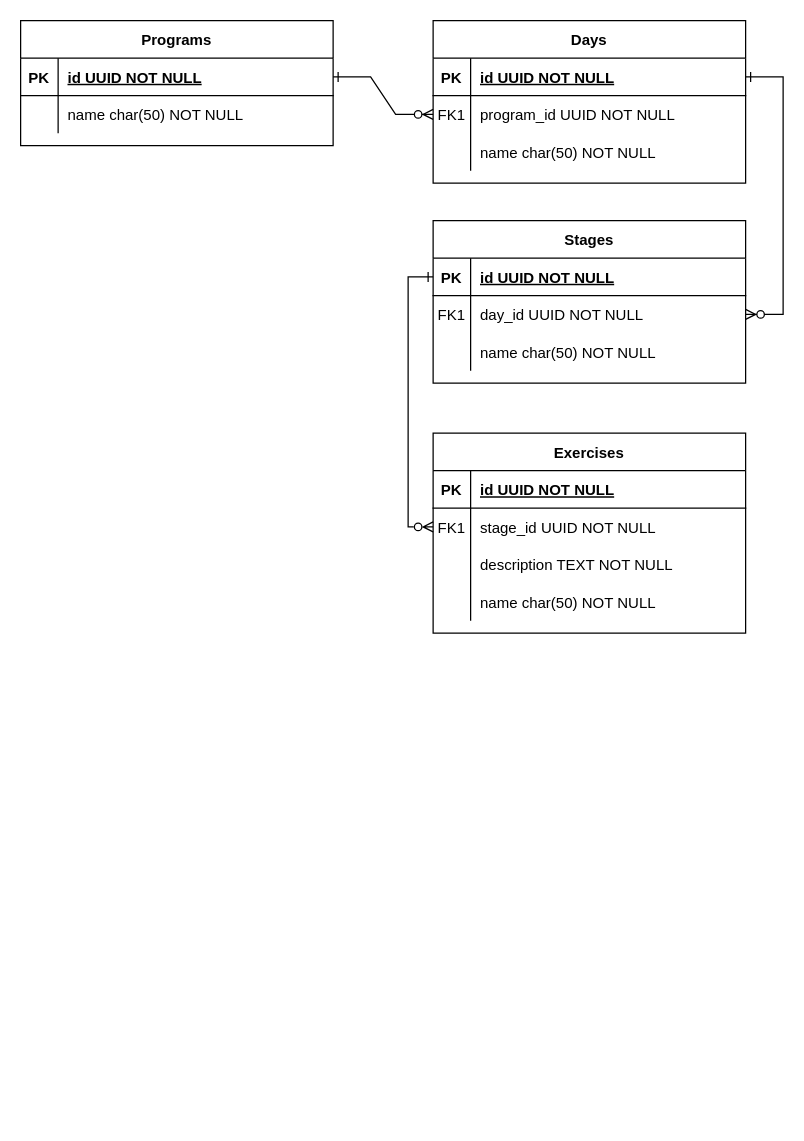
Before: workout-tracker.drawio in cjcoops/workout-tracker, a draw.io diagram. Source tidied: cells renumbered, new cells numbered last; positions are measured from the earlier drawing's top-left corner, leaving out a move shared by most shapes. Both pictures are drawn from the tidied source at 125%, with x=0, y=0 at pixel (20, 20).
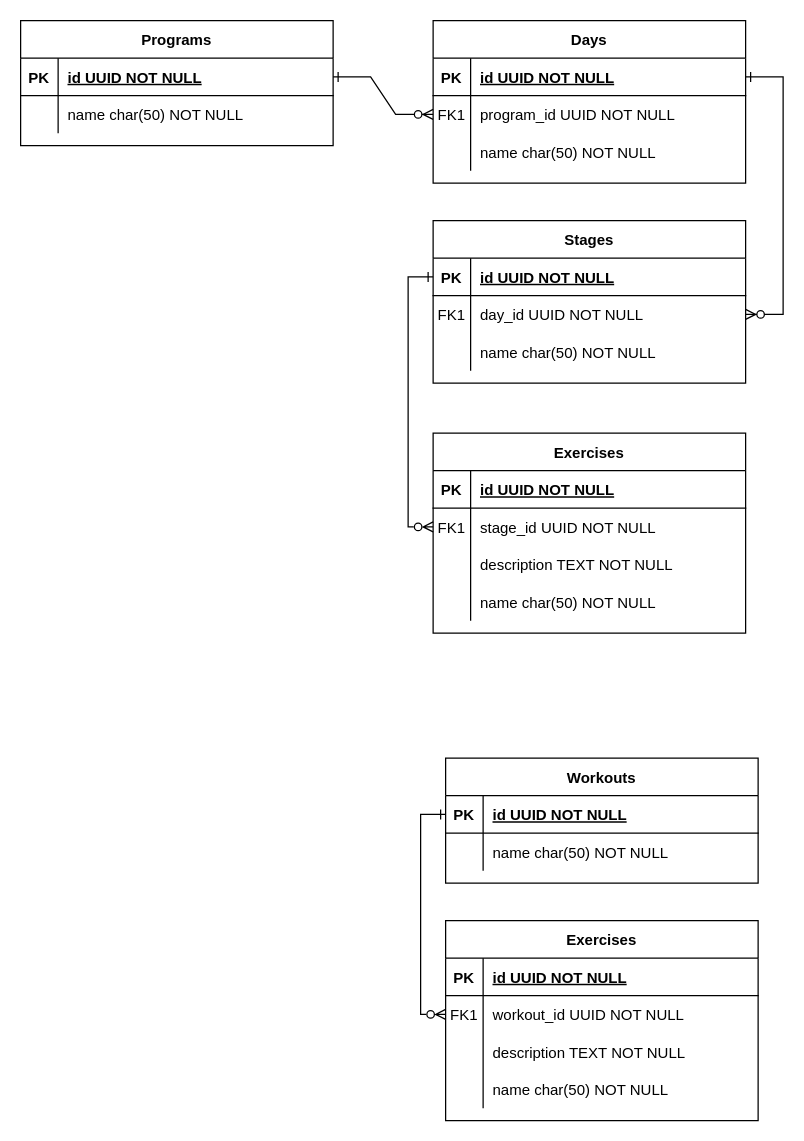
The same diagram, later.

What changed in the source:
```diff
@@
+    <mxCell id="45" value="Workouts" style="shape=table;startSize=30;childLayout=tableLayout;rowLines=0;fontStyle=1;align=center;rounded=0;" parent="1" vertex="1">
+      <mxGeometry x="340" y="590" width="250" height="100" as="geometry" />
+    </mxCell>
+    <mxCell id="46" style="shape=partialRectangle;fillColor=none;points=[[0,0.5],[1,0.5]];portConstraint=eastwest;top=0;left=0;right=0;bottom=1;rounded=0;" parent="45" vertex="1">
+      <mxGeometry y="30" width="250" height="30" as="geometry" />
+    </mxCell>
+    <mxCell id="47" value="PK" style="shape=partialRectangle;overflow=hidden;fillColor=none;top=0;left=0;bottom=0;right=0;fontStyle=1;rounded=0;" parent="46" vertex="1">
+      <mxGeometry width="30" height="30" as="geometry" />
+    </mxCell>
+    <mxCell id="48" value="id UUID NOT NULL " style="shape=partialRectangle;overflow=hidden;fillColor=none;top=0;left=0;bottom=0;right=0;align=left;spacingLeft=6;fontStyle=5;rounded=0;" parent="46" vertex="1">
+      <mxGeometry x="30" width="220" height="30" as="geometry" />
+    </mxCell>
+    <mxCell id="49" style="shape=partialRectangle;fillColor=none;top=0;left=0;right=0;bottom=0;rounded=0;" parent="45" vertex="1">
+      <mxGeometry y="60" width="250" height="30" as="geometry" />
+    </mxCell>
+    <mxCell id="50" style="shape=partialRectangle;overflow=hidden;fillColor=none;top=0;left=0;bottom=0;right=0;rounded=0;" parent="49" vertex="1">
+      <mxGeometry width="30" height="30" as="geometry" />
+    </mxCell>
+    <mxCell id="51" value="name char(50) NOT NULL" style="shape=partialRectangle;overflow=hidden;fillColor=none;top=0;left=0;bottom=0;right=0;align=left;spacingLeft=6;rounded=0;" parent="49" vertex="1">
+      <mxGeometry x="30" width="220" height="30" as="geometry" />
+    </mxCell>
+    <mxCell id="52" value="Exercises" style="shape=table;startSize=30;childLayout=tableLayout;rowLines=0;fontStyle=1;align=center;rounded=0;" parent="1" vertex="1">
+      <mxGeometry x="340" y="720" width="250" height="160" as="geometry" />
+    </mxCell>
+    <mxCell id="53" style="shape=partialRectangle;fillColor=none;top=0;left=0;right=0;bottom=1;rounded=0;" parent="52" vertex="1">
+      <mxGeometry y="30" width="250" height="30" as="geometry" />
+    </mxCell>
+    <mxCell id="54" value="PK" style="shape=partialRectangle;overflow=hidden;fillColor=none;top=0;left=0;bottom=0;right=0;fontStyle=1;rounded=0;" parent="53" vertex="1">
+      <mxGeometry width="30" height="30" as="geometry" />
+    </mxCell>
+    <mxCell id="55" value="id UUID NOT NULL " style="shape=partialRectangle;overflow=hidden;fillColor=none;top=0;left=0;bottom=0;right=0;align=left;spacingLeft=6;fontStyle=5;rounded=0;" parent="53" vertex="1">
+      <mxGeometry x="30" width="220" height="30" as="geometry" />
+    </mxCell>
+    <mxCell id="56" style="shape=partialRectangle;fillColor=none;points=[[0,0.5],[1,0.5]];portConstraint=eastwest;top=0;left=0;right=0;bottom=0;rounded=0;" parent="52" vertex="1">
+      <mxGeometry y="60" width="250" height="30" as="geometry" />
+    </mxCell>
+    <mxCell id="57" value="FK1" style="shape=partialRectangle;overflow=hidden;fillColor=none;top=0;left=0;bottom=0;right=0;rounded=0;" parent="56" vertex="1">
+      <mxGeometry width="30" height="30" as="geometry" />
+    </mxCell>
+    <mxCell id="58" value="workout_id UUID NOT NULL" style="shape=partialRectangle;overflow=hidden;fillColor=none;top=0;left=0;bottom=0;right=0;align=left;spacingLeft=6;rounded=0;" parent="56" vertex="1">
+      <mxGeometry x="30" width="220" height="30" as="geometry" />
+    </mxCell>
+    <mxCell id="59" style="shape=partialRectangle;fillColor=none;top=0;left=0;right=0;bottom=0;rounded=0;" parent="52" vertex="1">
+      <mxGeometry y="90" width="250" height="30" as="geometry" />
+    </mxCell>
+    <mxCell id="60" style="shape=partialRectangle;overflow=hidden;fillColor=none;top=0;left=0;bottom=0;right=0;rounded=0;" parent="59" vertex="1">
+      <mxGeometry width="30" height="30" as="geometry" />
+    </mxCell>
+    <mxCell id="61" value="description TEXT NOT NULL" style="shape=partialRectangle;overflow=hidden;fillColor=none;top=0;left=0;bottom=0;right=0;align=left;spacingLeft=6;rounded=0;" parent="59" vertex="1">
+      <mxGeometry x="30" width="220" height="30" as="geometry" />
+    </mxCell>
+    <mxCell id="62" style="shape=partialRectangle;fillColor=none;top=0;left=0;right=0;bottom=0;rounded=0;" parent="52" vertex="1">
+      <mxGeometry y="120" width="250" height="30" as="geometry" />
+    </mxCell>
+    <mxCell id="63" style="shape=partialRectangle;overflow=hidden;fillColor=none;top=0;left=0;bottom=0;right=0;rounded=0;" parent="62" vertex="1">
+      <mxGeometry width="30" height="30" as="geometry" />
+    </mxCell>
+    <mxCell id="64" value="name char(50) NOT NULL" style="shape=partialRectangle;overflow=hidden;fillColor=none;top=0;left=0;bottom=0;right=0;align=left;spacingLeft=6;rounded=0;" parent="62" vertex="1">
+      <mxGeometry x="30" width="220" height="30" as="geometry" />
+    </mxCell>
+    <mxCell id="65" style="edgeStyle=orthogonalEdgeStyle;rounded=0;jettySize=auto;html=1;entryX=0;entryY=0.5;entryDx=0;entryDy=0;startArrow=ERone;startFill=0;endArrow=ERzeroToMany;endFill=0;exitX=0;exitY=0.5;exitDx=0;exitDy=0;" parent="1" edge="1" source="46" target="56">
+      <mxGeometry relative="1" as="geometry" />
+    </mxCell>
```
